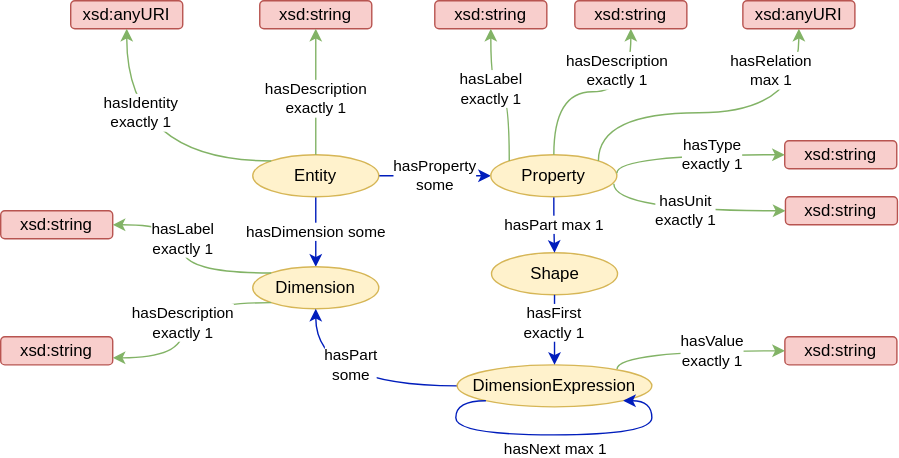
Earlier version of the draw.io export figs/entity.svg (emmo-repo/domain-datamodel). Source tidied: cells renumbered, new cells last; positions are measured from the earlier drawing's top-left corner, leaving out a move shared by most shapes.
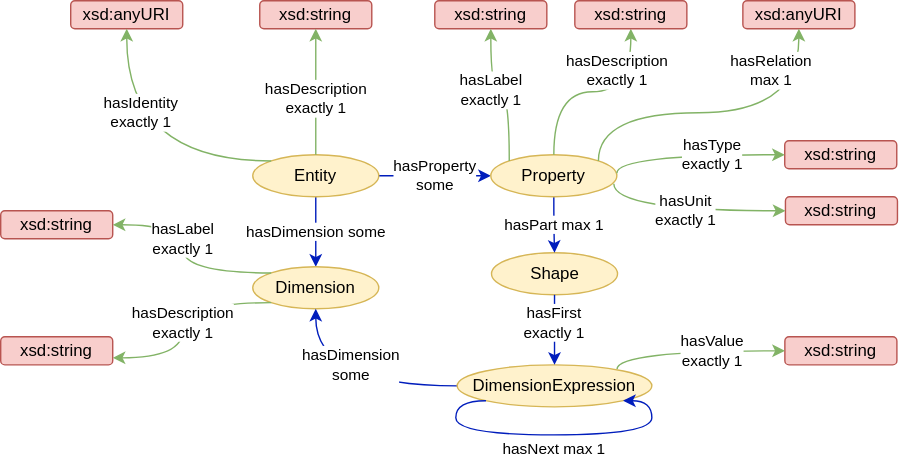
After the commit.

Commit message:
Added DimwnsionExpression hasDimension som Dimension.

Diff of the diagram source:
```diff
@@ -14,7 +14,7 @@
     <mxCell id="5" value="Dimension" style="ellipse;whiteSpace=wrap;html=1;fillColor=#fff2cc;strokeColor=#d6b656;" parent="1" vertex="1">
       <mxGeometry x="180" y="190" width="90" height="30" as="geometry" />
     </mxCell>
-    <mxCell id="6" value="hasPart&lt;br&gt;some" style="edgeStyle=orthogonalEdgeStyle;curved=1;rounded=0;jettySize=auto;html=1;endArrow=classic;endFill=1;strokeColor=#001DBC;exitX=0;exitY=0.5;exitDx=0;exitDy=0;" parent="1" edge="1" source="26" target="5">
+    <mxCell id="6" value="hasDimension&lt;br&gt;some" style="edgeStyle=orthogonalEdgeStyle;curved=1;rounded=0;jettySize=auto;html=1;endArrow=classic;endFill=1;strokeColor=#001DBC;exitX=0;exitY=0.5;exitDx=0;exitDy=0;" parent="1" edge="1" source="26" target="5">
       <mxGeometry x="-0.03" y="-15" relative="1" as="geometry" />
     </mxCell>
     <mxCell id="7" value="Shape" style="ellipse;whiteSpace=wrap;html=1;fillColor=#fff2cc;strokeColor=#d6b656;" parent="1" vertex="1">
```
